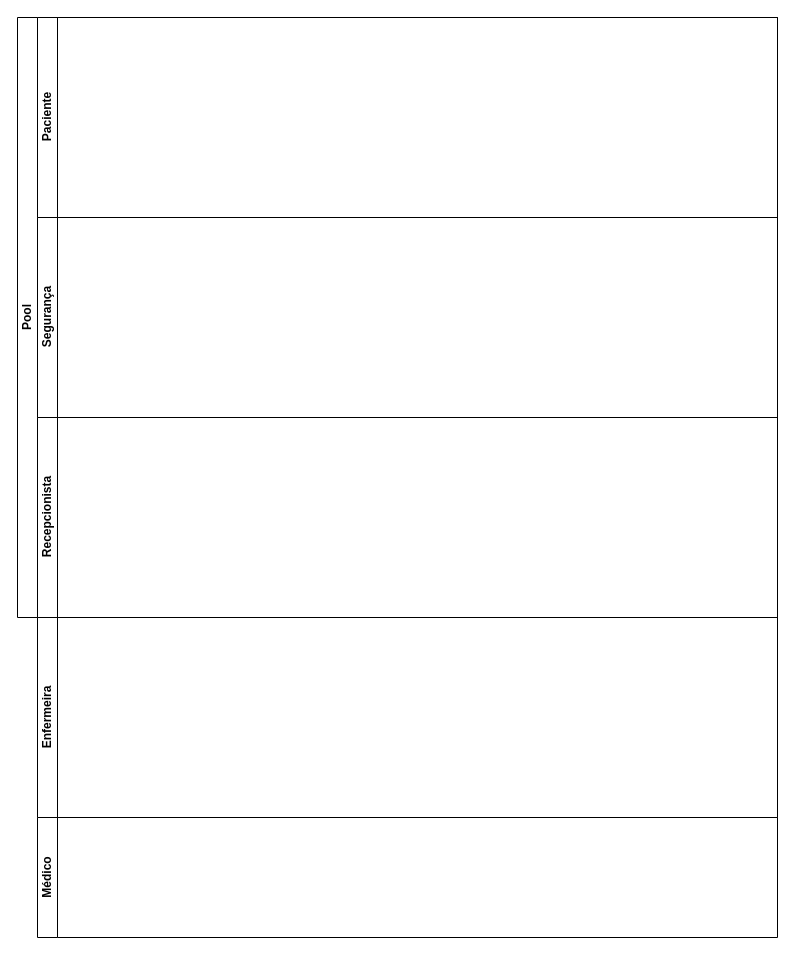
This is atividadesala1.drawio from rebeccajanuario/DiagramasBPMN, a draw.io file, before an edit. Source tidied: cells renumbered, new cells numbered last; positions are measured from the earlier drawing's top-left corner, leaving out a move shared by most shapes. Both pictures are drawn from the tidied source at 100%, with x=0, y=0 at pixel (17, 17).
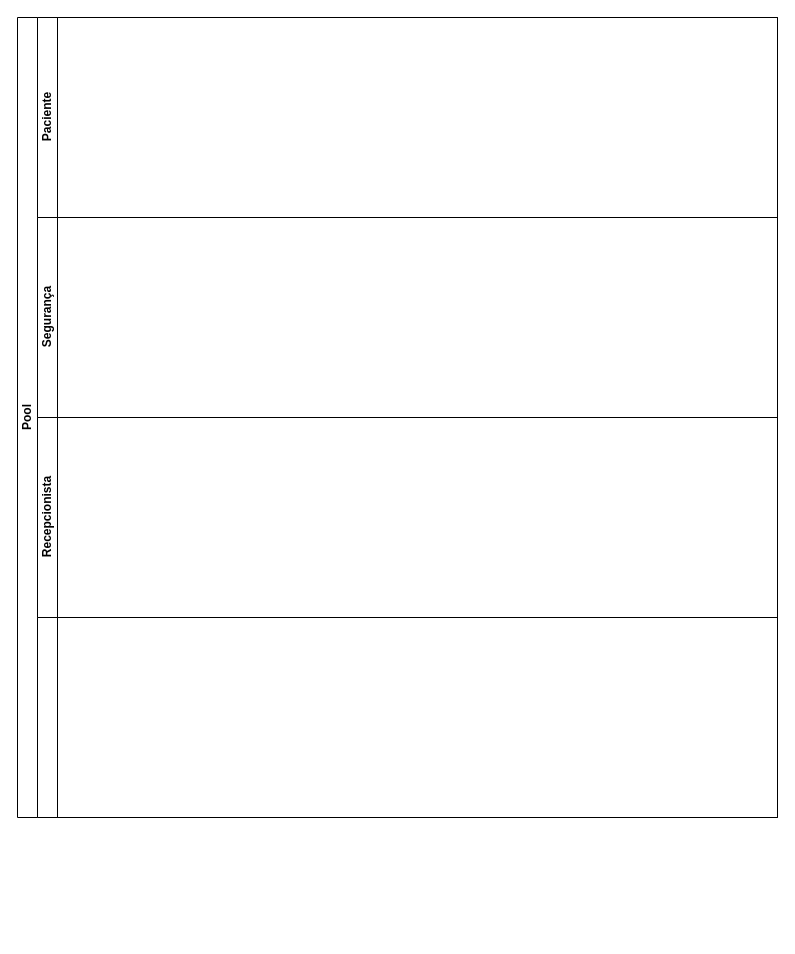
The same diagram, later.

What changed in the source:
```diff
@@
 <mxGraphModel>
   <root>
     <mxCell id="0" />
     <mxCell id="1" parent="0" />
     <mxCell id="2" value="Pool" style="swimlane;html=1;horizontal=0;startSize=20;whiteSpace=wrap;" parent="1" vertex="1">
-      <mxGeometry width="760" height="600" as="geometry" />
+      <mxGeometry width="760" height="800" as="geometry" />
     </mxCell>
     <mxCell id="3" value="Paciente" style="swimlane;html=1;startSize=20;horizontal=0;" parent="2" vertex="1">
       <mxGeometry x="20" width="740" height="200" as="geometry" />
     </mxCell>
     <mxCell id="4" value="Segurança" style="swimlane;html=1;startSize=20;horizontal=0;" parent="2" vertex="1">
       <mxGeometry x="20" y="200" width="740" height="200" as="geometry" />
     </mxCell>
     <mxCell id="5" value="Recepcionista" style="swimlane;html=1;startSize=20;horizontal=0;" parent="2" vertex="1">
       <mxGeometry x="20" y="400" width="740" height="200" as="geometry" />
     </mxCell>
-    <mxCell id="6" value="Enfermeira&lt;br&gt;" style="swimlane;startSize=20;horizontal=0;html=1;whiteSpace=wrap;" parent="1" vertex="1">
-      <mxGeometry x="20" y="600" width="740" height="200" as="geometry" />
-    </mxCell>
-    <mxCell id="7" value="Médico" style="swimlane;startSize=20;horizontal=0;html=1;whiteSpace=wrap;" parent="1" vertex="1">
-      <mxGeometry x="20" y="800" width="740" height="120" as="geometry" />
-    </mxCell>
+    <mxCell id="8" style="swimlane;html=1;startSize=20;horizontal=0;" parent="2" vertex="1">
+      <mxGeometry x="20" y="600" width="740" height="200" as="geometry" />
+    </mxCell>
   </root>
 </mxGraphModel>
```
